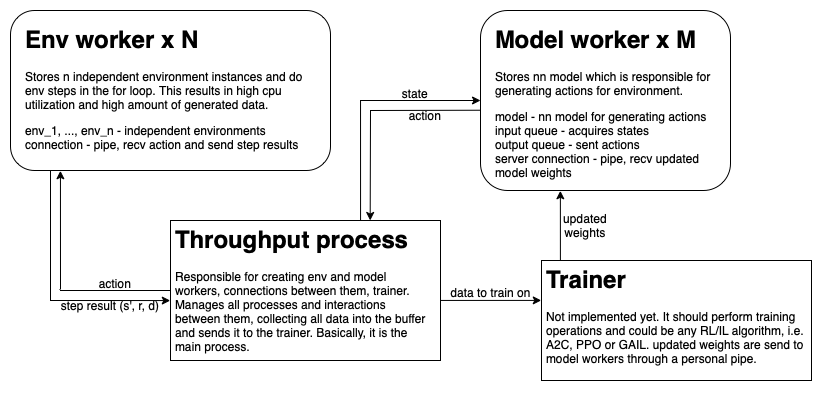
This is imgs/parallelism_scheme.png from CherryPieSexy/fast_reinforcement_learning, a draw.io export, as it was before one commit. Source tidied: cells renumbered, new cells last; positions are measured from the earlier drawing's top-left corner, leaving out a move shared by most shapes. Source of this version:
```xml
<mxGraphModel>
  <root>
    <mxCell id="0" />
    <mxCell id="1" parent="0" />
    <mxCell id="2" style="endArrow=classic;html=1;rounded=0;entryX=0.133;entryY=1.002;entryDx=0;entryDy=0;entryPerimeter=0;exitX=0;exitY=0.5;exitDx=0;exitDy=0;" parent="1" edge="1" source="11" target="17">
      <mxGeometry relative="1" as="geometry">
        <Array as="points">
          <mxPoint x="50" y="280" />
        </Array>
      </mxGeometry>
    </mxCell>
    <mxCell id="3" style="endArrow=classic;html=1;rounded=0;entryX=-0.001;entryY=0.572;entryDx=0;entryDy=0;entryPerimeter=0;exitX=0.1;exitY=1.001;exitDx=0;exitDy=0;exitPerimeter=0;" parent="1" edge="1" source="17" target="11">
      <mxGeometry relative="1" as="geometry">
        <Array as="points">
          <mxPoint x="40" y="290" />
        </Array>
      </mxGeometry>
    </mxCell>
    <mxCell id="4" value="action" style="text;html=1;strokeColor=none;fillColor=none;align=center;verticalAlign=middle;whiteSpace=wrap;rounded=0;" parent="1" vertex="1">
      <mxGeometry x="75" y="258" width="60" height="30" as="geometry" />
    </mxCell>
    <mxCell id="5" value="step result (s', r, d)" style="text;html=1;strokeColor=none;fillColor=none;align=center;verticalAlign=middle;whiteSpace=wrap;rounded=0;" parent="1" vertex="1">
      <mxGeometry x="35" y="280" width="130" height="30" as="geometry" />
    </mxCell>
    <mxCell id="6" style="group;" parent="1" vertex="1">
      <mxGeometry x="531" y="250" width="270" height="130" as="geometry" />
    </mxCell>
    <mxCell id="7" style="rounded=0;whiteSpace=wrap;html=1;" parent="6" vertex="1">
      <mxGeometry width="270" height="120" as="geometry" />
    </mxCell>
    <mxCell id="8" value="&lt;h1&gt;Trainer&lt;/h1&gt;&lt;p&gt;Not implemented yet. It should perform training operations and could be any RL/IL algorithm, i.e. A2C, PPO or GAIL. updated weights are send to model workers through a personal pipe.&lt;/p&gt;" style="text;html=1;strokeColor=none;fillColor=none;spacing=5;spacingTop=-20;whiteSpace=wrap;overflow=hidden;rounded=0;" parent="6" vertex="1">
      <mxGeometry width="270" height="130" as="geometry" />
    </mxCell>
    <mxCell id="9" style="group;" parent="1" vertex="1">
      <mxGeometry x="160" y="210" width="270" height="140" as="geometry" />
    </mxCell>
    <mxCell id="10" style="rounded=0;whiteSpace=wrap;html=1;" parent="9" vertex="1">
      <mxGeometry width="270" height="140" as="geometry" />
    </mxCell>
    <mxCell id="11" value="&lt;h1&gt;Throughput process&lt;/h1&gt;&lt;p&gt;Responsible for creating env and model workers, connections between them, trainer. Manages all processes and interactions between them, collecting all data into the buffer and sends it to the trainer. Basically, it is the main process.&lt;/p&gt;" style="text;html=1;strokeColor=none;fillColor=none;spacing=5;spacingTop=-20;whiteSpace=wrap;overflow=hidden;rounded=0;" parent="9" vertex="1">
      <mxGeometry width="260" height="140" as="geometry" />
    </mxCell>
    <mxCell id="12" style="group;" parent="1" vertex="1">
      <mxGeometry x="470" width="250" height="181" as="geometry" />
    </mxCell>
    <mxCell id="13" style="rounded=1;whiteSpace=wrap;html=1;" parent="12" vertex="1">
      <mxGeometry width="250" height="180" as="geometry" />
    </mxCell>
    <mxCell id="14" value="&lt;h1&gt;Model worker x M&lt;/h1&gt;&lt;p&gt;Stores nn model which is responsible for generating actions for environment.&lt;/p&gt;&lt;p&gt;model - nn model for generating actions&lt;br&gt;input queue - acquires states&lt;br&gt;output queue - sent actions&lt;br&gt;server connection - pipe, recv updated model weights&lt;/p&gt;" style="text;html=1;strokeColor=none;fillColor=none;spacing=5;spacingTop=-20;whiteSpace=wrap;overflow=hidden;rounded=0;" parent="12" vertex="1">
      <mxGeometry x="10" y="10" width="240" height="171" as="geometry" />
    </mxCell>
    <mxCell id="15" style="group;" parent="1" vertex="1">
      <mxGeometry width="320" height="170" as="geometry" />
    </mxCell>
    <mxCell id="16" style="rounded=1;whiteSpace=wrap;html=1;" parent="15" vertex="1">
      <mxGeometry width="320" height="160" as="geometry" />
    </mxCell>
    <mxCell id="17" value="&lt;h1&gt;Env worker x N&lt;/h1&gt;&lt;p&gt;Stores n independent environment instances and do env steps in the for loop. This results in high cpu utilization and high amount of generated data.&lt;/p&gt;&lt;p&gt;env_1, ..., env_n - independent environments&lt;br&gt;connection - pipe, recv action and send step results&lt;/p&gt;" style="text;html=1;strokeColor=none;fillColor=none;spacing=5;spacingTop=-20;whiteSpace=wrap;overflow=hidden;rounded=0;" parent="15" vertex="1">
      <mxGeometry x="10" y="10" width="300" height="150" as="geometry" />
    </mxCell>
    <mxCell id="18" style="endArrow=classic;html=1;rounded=0;entryX=0;entryY=0.5;entryDx=0;entryDy=0;exitX=0.731;exitY=0.002;exitDx=0;exitDy=0;exitPerimeter=0;" parent="1" edge="1" source="11" target="13">
      <mxGeometry relative="1" as="geometry">
        <Array as="points">
          <mxPoint x="350" y="90" />
        </Array>
      </mxGeometry>
    </mxCell>
    <mxCell id="19" value="state" style="text;html=1;strokeColor=none;fillColor=none;align=center;verticalAlign=middle;whiteSpace=wrap;rounded=0;" parent="1" vertex="1">
      <mxGeometry x="375" y="68" width="60" height="30" as="geometry" />
    </mxCell>
    <mxCell id="20" style="endArrow=classic;html=1;rounded=0;exitX=0;exitY=0.554;exitDx=0;exitDy=0;exitPerimeter=0;entryX=0.768;entryY=0;entryDx=0;entryDy=0;entryPerimeter=0;" parent="1" edge="1" source="13" target="11">
      <mxGeometry relative="1" as="geometry">
        <Array as="points">
          <mxPoint x="360" y="100" />
        </Array>
      </mxGeometry>
    </mxCell>
    <mxCell id="21" value="action" style="text;html=1;strokeColor=none;fillColor=none;align=center;verticalAlign=middle;whiteSpace=wrap;rounded=0;" parent="1" vertex="1">
      <mxGeometry x="385" y="90" width="60" height="30" as="geometry" />
    </mxCell>
    <mxCell id="22" style="endArrow=classic;html=1;rounded=0;entryX=-0.001;entryY=0.307;entryDx=0;entryDy=0;entryPerimeter=0;exitX=1;exitY=0.571;exitDx=0;exitDy=0;exitPerimeter=0;" parent="1" edge="1" source="10" target="8">
      <mxGeometry relative="1" as="geometry" />
    </mxCell>
    <mxCell id="23" value="data to train on" style="text;html=1;strokeColor=none;fillColor=none;align=center;verticalAlign=middle;whiteSpace=wrap;rounded=0;" parent="1" vertex="1">
      <mxGeometry x="438" y="267" width="85" height="30" as="geometry" />
    </mxCell>
    <mxCell id="24" style="endArrow=classic;html=1;rounded=0;entryX=0.291;entryY=0.996;entryDx=0;entryDy=0;entryPerimeter=0;exitX=0.07;exitY=0;exitDx=0;exitDy=0;exitPerimeter=0;" parent="1" edge="1" source="8" target="14">
      <mxGeometry relative="1" as="geometry" />
    </mxCell>
    <mxCell id="25" value="updated weights" style="text;html=1;strokeColor=none;fillColor=none;align=center;verticalAlign=middle;whiteSpace=wrap;rounded=0;" parent="1" vertex="1">
      <mxGeometry x="545" y="200" width="60" height="30" as="geometry" />
    </mxCell>
  </root>
</mxGraphModel>
```
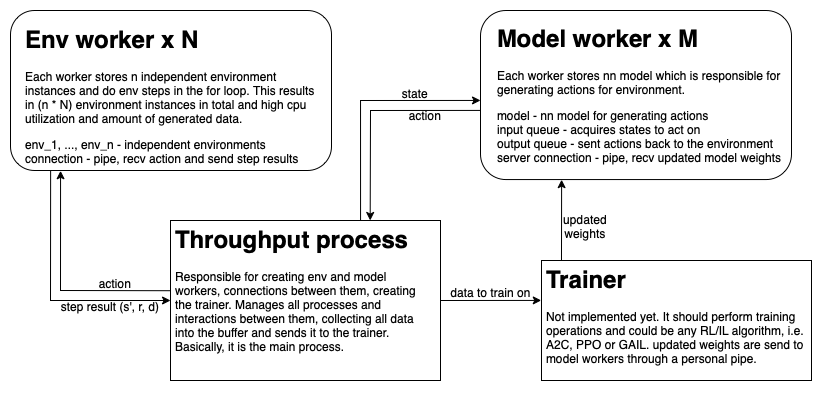
Later version of the same file.

Commit message:
update workers, make them working, update readme

The edit, as a diff of the source:
```diff
@@ -2,14 +2,14 @@
   <root>
     <mxCell id="0" />
     <mxCell id="1" parent="0" />
-    <mxCell id="2" style="endArrow=classic;html=1;rounded=0;entryX=0.133;entryY=1.002;entryDx=0;entryDy=0;entryPerimeter=0;exitX=0;exitY=0.5;exitDx=0;exitDy=0;" parent="1" edge="1" source="11" target="17">
+    <mxCell id="2" style="endArrow=classic;html=1;rounded=0;entryX=0.133;entryY=1.002;entryDx=0;entryDy=0;entryPerimeter=0;exitX=-0.001;exitY=0.439;exitDx=0;exitDy=0;exitPerimeter=0;" parent="1" edge="1" source="11" target="17">
       <mxGeometry relative="1" as="geometry">
         <Array as="points">
           <mxPoint x="50" y="280" />
         </Array>
       </mxGeometry>
     </mxCell>
-    <mxCell id="3" style="endArrow=classic;html=1;rounded=0;entryX=-0.001;entryY=0.572;entryDx=0;entryDy=0;entryPerimeter=0;exitX=0.1;exitY=1.001;exitDx=0;exitDy=0;exitPerimeter=0;" parent="1" edge="1" source="17" target="11">
+    <mxCell id="3" style="endArrow=classic;html=1;rounded=0;entryX=0;entryY=0.5;entryDx=0;entryDy=0;exitX=0.1;exitY=1.001;exitDx=0;exitDy=0;exitPerimeter=0;" parent="1" edge="1" source="17" target="11">
       <mxGeometry relative="1" as="geometry">
         <Array as="points">
           <mxPoint x="40" y="290" />
@@ -20,7 +20,7 @@
       <mxGeometry x="75" y="258" width="60" height="30" as="geometry" />
     </mxCell>
     <mxCell id="5" value="step result (s', r, d)" style="text;html=1;strokeColor=none;fillColor=none;align=center;verticalAlign=middle;whiteSpace=wrap;rounded=0;" parent="1" vertex="1">
-      <mxGeometry x="35" y="280" width="130" height="30" as="geometry" />
+      <mxGeometry x="35" y="281" width="130" height="30" as="geometry" />
     </mxCell>
     <mxCell id="6" style="group;" parent="1" vertex="1">
       <mxGeometry x="531" y="250" width="270" height="130" as="geometry" />
@@ -32,33 +32,33 @@
       <mxGeometry width="270" height="130" as="geometry" />
     </mxCell>
     <mxCell id="9" style="group;" parent="1" vertex="1">
-      <mxGeometry x="160" y="210" width="270" height="140" as="geometry" />
+      <mxGeometry x="160" y="210" width="270" height="160" as="geometry" />
     </mxCell>
     <mxCell id="10" style="rounded=0;whiteSpace=wrap;html=1;" parent="9" vertex="1">
-      <mxGeometry width="270" height="140" as="geometry" />
+      <mxGeometry width="270" height="160" as="geometry" />
     </mxCell>
-    <mxCell id="11" value="&lt;h1&gt;Throughput process&lt;/h1&gt;&lt;p&gt;Responsible for creating env and model workers, connections between them, trainer. Manages all processes and interactions between them, collecting all data into the buffer and sends it to the trainer. Basically, it is the main process.&lt;/p&gt;" style="text;html=1;strokeColor=none;fillColor=none;spacing=5;spacingTop=-20;whiteSpace=wrap;overflow=hidden;rounded=0;" parent="9" vertex="1">
-      <mxGeometry width="260" height="140" as="geometry" />
+    <mxCell id="11" value="&lt;h1&gt;Throughput process&lt;/h1&gt;&lt;p&gt;Responsible for creating env and model workers, connections between them, creating the trainer. Manages all processes and interactions between them, collecting all data into the buffer and sends it to the trainer. Basically, it is the main process.&lt;/p&gt;" style="text;html=1;strokeColor=none;fillColor=none;spacing=5;spacingTop=-20;whiteSpace=wrap;overflow=hidden;rounded=0;" parent="9" vertex="1">
+      <mxGeometry width="260" height="160" as="geometry" />
     </mxCell>
     <mxCell id="12" style="group;" parent="1" vertex="1">
-      <mxGeometry x="470" width="250" height="181" as="geometry" />
+      <mxGeometry x="470" width="311" height="170" as="geometry" />
     </mxCell>
     <mxCell id="13" style="rounded=1;whiteSpace=wrap;html=1;" parent="12" vertex="1">
-      <mxGeometry width="250" height="180" as="geometry" />
+      <mxGeometry width="311" height="169.1" as="geometry" />
     </mxCell>
-    <mxCell id="14" value="&lt;h1&gt;Model worker x M&lt;/h1&gt;&lt;p&gt;Stores nn model which is responsible for generating actions for environment.&lt;/p&gt;&lt;p&gt;model - nn model for generating actions&lt;br&gt;input queue - acquires states&lt;br&gt;output queue - sent actions&lt;br&gt;server connection - pipe, recv updated model weights&lt;/p&gt;" style="text;html=1;strokeColor=none;fillColor=none;spacing=5;spacingTop=-20;whiteSpace=wrap;overflow=hidden;rounded=0;" parent="12" vertex="1">
-      <mxGeometry x="10" y="10" width="240" height="171" as="geometry" />
+    <mxCell id="14" value="&lt;h1&gt;Model worker x M&lt;/h1&gt;&lt;p&gt;Each worker stores nn model which is responsible for generating actions for environment.&lt;/p&gt;&lt;p&gt;model - nn model for generating actions&lt;br&gt;input queue - acquires states to act on&lt;br&gt;output queue - sent actions back to the environment&lt;br&gt;server connection - pipe, recv updated model weights&lt;/p&gt;" style="text;html=1;strokeColor=none;fillColor=none;spacing=5;spacingTop=-20;whiteSpace=wrap;overflow=hidden;rounded=0;" parent="12" vertex="1">
+      <mxGeometry x="12.4" y="9.4" width="298.6" height="160.6" as="geometry" />
     </mxCell>
     <mxCell id="15" style="group;" parent="1" vertex="1">
-      <mxGeometry width="320" height="170" as="geometry" />
+      <mxGeometry width="321" height="170" as="geometry" />
     </mxCell>
     <mxCell id="16" style="rounded=1;whiteSpace=wrap;html=1;" parent="15" vertex="1">
-      <mxGeometry width="320" height="160" as="geometry" />
+      <mxGeometry width="321" height="160" as="geometry" />
     </mxCell>
-    <mxCell id="17" value="&lt;h1&gt;Env worker x N&lt;/h1&gt;&lt;p&gt;Stores n independent environment instances and do env steps in the for loop. This results in high cpu utilization and high amount of generated data.&lt;/p&gt;&lt;p&gt;env_1, ..., env_n - independent environments&lt;br&gt;connection - pipe, recv action and send step results&lt;/p&gt;" style="text;html=1;strokeColor=none;fillColor=none;spacing=5;spacingTop=-20;whiteSpace=wrap;overflow=hidden;rounded=0;" parent="15" vertex="1">
-      <mxGeometry x="10" y="10" width="300" height="150" as="geometry" />
+    <mxCell id="17" value="&lt;h1&gt;Env worker x N&lt;/h1&gt;&lt;p&gt;Each worker stores n independent environment instances and do env steps in the for loop. This results in (n * N) environment instances in total and high cpu utilization and amount of generated data.&lt;/p&gt;&lt;p&gt;env_1, ..., env_n - independent environments&lt;br&gt;connection - pipe, recv action and send step results&lt;/p&gt;" style="text;html=1;strokeColor=none;fillColor=none;spacing=5;spacingTop=-20;whiteSpace=wrap;overflow=hidden;rounded=0;" parent="15" vertex="1">
+      <mxGeometry x="10" y="10" width="300.9" height="150" as="geometry" />
     </mxCell>
-    <mxCell id="18" style="endArrow=classic;html=1;rounded=0;entryX=0;entryY=0.5;entryDx=0;entryDy=0;exitX=0.731;exitY=0.002;exitDx=0;exitDy=0;exitPerimeter=0;" parent="1" edge="1" source="11" target="13">
+    <mxCell id="18" style="endArrow=classic;html=1;rounded=0;entryX=0;entryY=0.532;entryDx=0;entryDy=0;exitX=0.731;exitY=0.002;exitDx=0;exitDy=0;exitPerimeter=0;entryPerimeter=0;" parent="1" edge="1" source="11" target="13">
       <mxGeometry relative="1" as="geometry">
         <Array as="points">
           <mxPoint x="350" y="90" />
@@ -68,7 +68,7 @@
     <mxCell id="19" value="state" style="text;html=1;strokeColor=none;fillColor=none;align=center;verticalAlign=middle;whiteSpace=wrap;rounded=0;" parent="1" vertex="1">
       <mxGeometry x="375" y="68" width="60" height="30" as="geometry" />
     </mxCell>
-    <mxCell id="20" style="endArrow=classic;html=1;rounded=0;exitX=0;exitY=0.554;exitDx=0;exitDy=0;exitPerimeter=0;entryX=0.768;entryY=0;entryDx=0;entryDy=0;entryPerimeter=0;" parent="1" edge="1" source="13" target="11">
+    <mxCell id="20" style="endArrow=classic;html=1;rounded=0;exitX=-0.001;exitY=0.591;exitDx=0;exitDy=0;exitPerimeter=0;entryX=0.768;entryY=0;entryDx=0;entryDy=0;entryPerimeter=0;" parent="1" edge="1" source="13" target="11">
       <mxGeometry relative="1" as="geometry">
         <Array as="points">
           <mxPoint x="360" y="100" />
@@ -78,17 +78,17 @@
     <mxCell id="21" value="action" style="text;html=1;strokeColor=none;fillColor=none;align=center;verticalAlign=middle;whiteSpace=wrap;rounded=0;" parent="1" vertex="1">
       <mxGeometry x="385" y="90" width="60" height="30" as="geometry" />
     </mxCell>
-    <mxCell id="22" style="endArrow=classic;html=1;rounded=0;entryX=-0.001;entryY=0.307;entryDx=0;entryDy=0;entryPerimeter=0;exitX=1;exitY=0.571;exitDx=0;exitDy=0;exitPerimeter=0;" parent="1" edge="1" source="10" target="8">
+    <mxCell id="22" style="endArrow=classic;html=1;rounded=0;entryX=-0.001;entryY=0.307;entryDx=0;entryDy=0;entryPerimeter=0;exitX=1;exitY=0.5;exitDx=0;exitDy=0;" parent="1" edge="1" source="10" target="8">
       <mxGeometry relative="1" as="geometry" />
     </mxCell>
     <mxCell id="23" value="data to train on" style="text;html=1;strokeColor=none;fillColor=none;align=center;verticalAlign=middle;whiteSpace=wrap;rounded=0;" parent="1" vertex="1">
       <mxGeometry x="438" y="267" width="85" height="30" as="geometry" />
     </mxCell>
-    <mxCell id="24" style="endArrow=classic;html=1;rounded=0;entryX=0.291;entryY=0.996;entryDx=0;entryDy=0;entryPerimeter=0;exitX=0.07;exitY=0;exitDx=0;exitDy=0;exitPerimeter=0;" parent="1" edge="1" source="8" target="14">
+    <mxCell id="24" style="endArrow=classic;html=1;rounded=0;entryX=0.23;entryY=0.995;entryDx=0;entryDy=0;entryPerimeter=0;exitX=0.074;exitY=-0.002;exitDx=0;exitDy=0;exitPerimeter=0;" parent="1" edge="1" source="8" target="14">
       <mxGeometry relative="1" as="geometry" />
     </mxCell>
     <mxCell id="25" value="updated weights" style="text;html=1;strokeColor=none;fillColor=none;align=center;verticalAlign=middle;whiteSpace=wrap;rounded=0;" parent="1" vertex="1">
-      <mxGeometry x="545" y="200" width="60" height="30" as="geometry" />
+      <mxGeometry x="545" y="201" width="60" height="30" as="geometry" />
     </mxCell>
   </root>
 </mxGraphModel>
```
